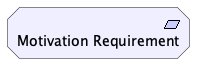
Before: doc/elements/motivation-requirement.plantuml.png, a diagram exported from PlantUML (SixArm/archimate-examples). Its diagram source:
```plantuml
@startuml
!include <archimate/Archimate>
Motivation_Requirement(MR_01, "Motivation Requirement")
@enduml
```
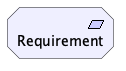
The same diagram one commit later.

Change to the diagram source:
```diff
@@ -1,4 +1,4 @@
 @startuml
 !include <archimate/Archimate>
-Motivation_Requirement(MR_01, "Motivation Requirement")
+Motivation_Requirement(Requirement, "Requirement")
 @enduml
```
